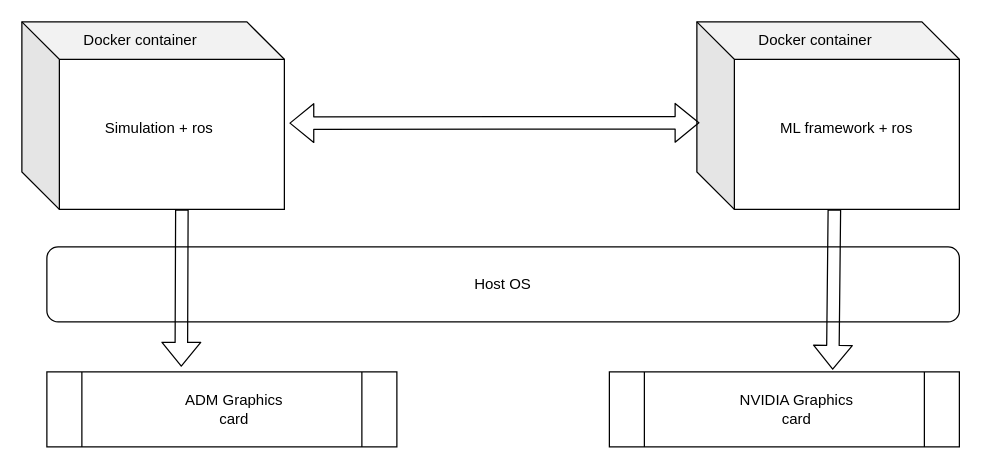
Aarivvk/miniature-octo-system keeps this draw.io diagram as docs/overview.drawio. Above is the earlier version. Source tidied: cells renumbered, new cells numbered last; positions are measured from the earlier drawing's top-left corner, leaving out a move shared by most shapes. Both pictures are drawn from the tidied source at 125%, with x=0, y=0 at pixel (21, 21).
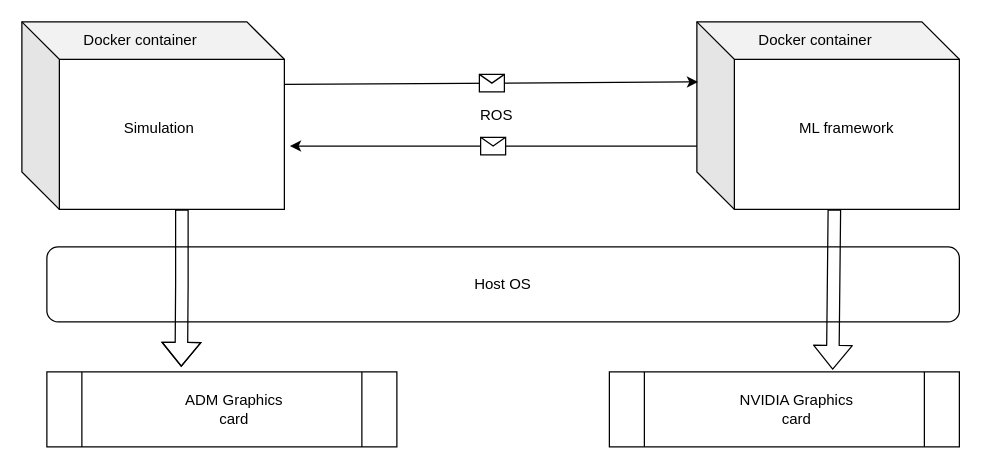
Above is the later version.

Commit message:
improved the diagram

The change refers to these unchanged cells:
```xml
<mxCell id="2" style="shape=process;whiteSpace=wrap;html=1;backgroundOutline=1;" parent="1" vertex="1">
  <mxGeometry x="20" y="280" width="280" height="60" as="geometry" />
</mxCell>
<mxCell id="8" style="shape=cube;whiteSpace=wrap;html=1;boundedLbl=1;backgroundOutline=1;darkOpacity=0.05;darkOpacity2=0.1;size=30;" parent="1" vertex="1">
  <mxGeometry width="210" height="150" as="geometry" />
</mxCell>
<mxCell id="10" style="shape=cube;whiteSpace=wrap;html=1;boundedLbl=1;backgroundOutline=1;darkOpacity=0.05;darkOpacity2=0.1;size=30;" parent="1" vertex="1">
  <mxGeometry x="540" width="210" height="150" as="geometry" />
</mxCell>
```

Diff of the diagram source:
```diff
@@
-    <mxCell id="12" value="Simulation + ros" style="text;html=1;strokeColor=none;fillColor=none;align=center;verticalAlign=middle;whiteSpace=wrap;rounded=0;" parent="1" vertex="1">
+    <mxCell id="12" value="Simulation" style="text;html=1;strokeColor=none;fillColor=none;align=center;verticalAlign=middle;whiteSpace=wrap;rounded=0;" parent="1" vertex="1">
       <mxGeometry x="50" y="60" width="120" height="50" as="geometry" />
     </mxCell>
-    <mxCell id="13" value="ML framework + ros" style="text;html=1;strokeColor=none;fillColor=none;align=center;verticalAlign=middle;whiteSpace=wrap;rounded=0;" parent="1" vertex="1">
+    <mxCell id="13" value="ML framework" style="text;html=1;strokeColor=none;fillColor=none;align=center;verticalAlign=middle;whiteSpace=wrap;rounded=0;" parent="1" vertex="1">
       <mxGeometry x="595" y="60" width="130" height="50" as="geometry" />
     </mxCell>
-    <mxCell id="14" style="shape=flexArrow;endArrow=classic;startArrow=classic;html=1;entryX=0.01;entryY=0.538;entryDx=0;entryDy=0;entryPerimeter=0;" parent="1" edge="1" target="10">
-      <mxGeometry relative="1" as="geometry">
-        <mxPoint x="214" y="81" as="sourcePoint" />
-      </mxGeometry>
-    </mxCell>
     <mxCell id="15" style="shape=flexArrow;endArrow=classic;html=1;entryX=0.384;entryY=-0.068;entryDx=0;entryDy=0;entryPerimeter=0;" parent="1" edge="1" target="2">
       <mxGeometry relative="1" as="geometry">
         <mxPoint x="128" y="150" as="sourcePoint" />
+        <Array as="points">
+          <mxPoint x="128" y="210" />
+        </Array>
       </mxGeometry>
     </mxCell>
@@
+    <mxCell id="17" value="ROS" style="text;html=1;strokeColor=none;fillColor=none;align=center;verticalAlign=middle;whiteSpace=wrap;rounded=0;" parent="1" vertex="1">
+      <mxGeometry x="360" y="65" width="40" height="20" as="geometry" />
+    </mxCell>
+    <mxCell id="18" style="endArrow=classic;html=1;" parent="1" edge="1">
+      <mxGeometry relative="1" as="geometry">
+        <mxPoint x="210" y="50" as="sourcePoint" />
+        <mxPoint x="541" y="48" as="targetPoint" />
+      </mxGeometry>
+    </mxCell>
+    <mxCell id="19" style="shape=message;html=1;" parent="18" vertex="1">
+      <mxGeometry width="20" height="14" relative="1" as="geometry">
+        <mxPoint x="-10" y="-7" as="offset" />
+      </mxGeometry>
+    </mxCell>
+    <mxCell id="20" style="endArrow=classic;html=1;exitX=0;exitY=0.662;exitDx=0;exitDy=0;exitPerimeter=0;entryX=1.021;entryY=0.662;entryDx=0;entryDy=0;entryPerimeter=0;" parent="1" edge="1" source="10" target="8">
+      <mxGeometry relative="1" as="geometry" />
+    </mxCell>
+    <mxCell id="21" style="shape=message;html=1;" parent="20" vertex="1">
+      <mxGeometry width="20" height="14" relative="1" as="geometry">
+        <mxPoint x="-10" y="-7" as="offset" />
+      </mxGeometry>
+    </mxCell>
```
